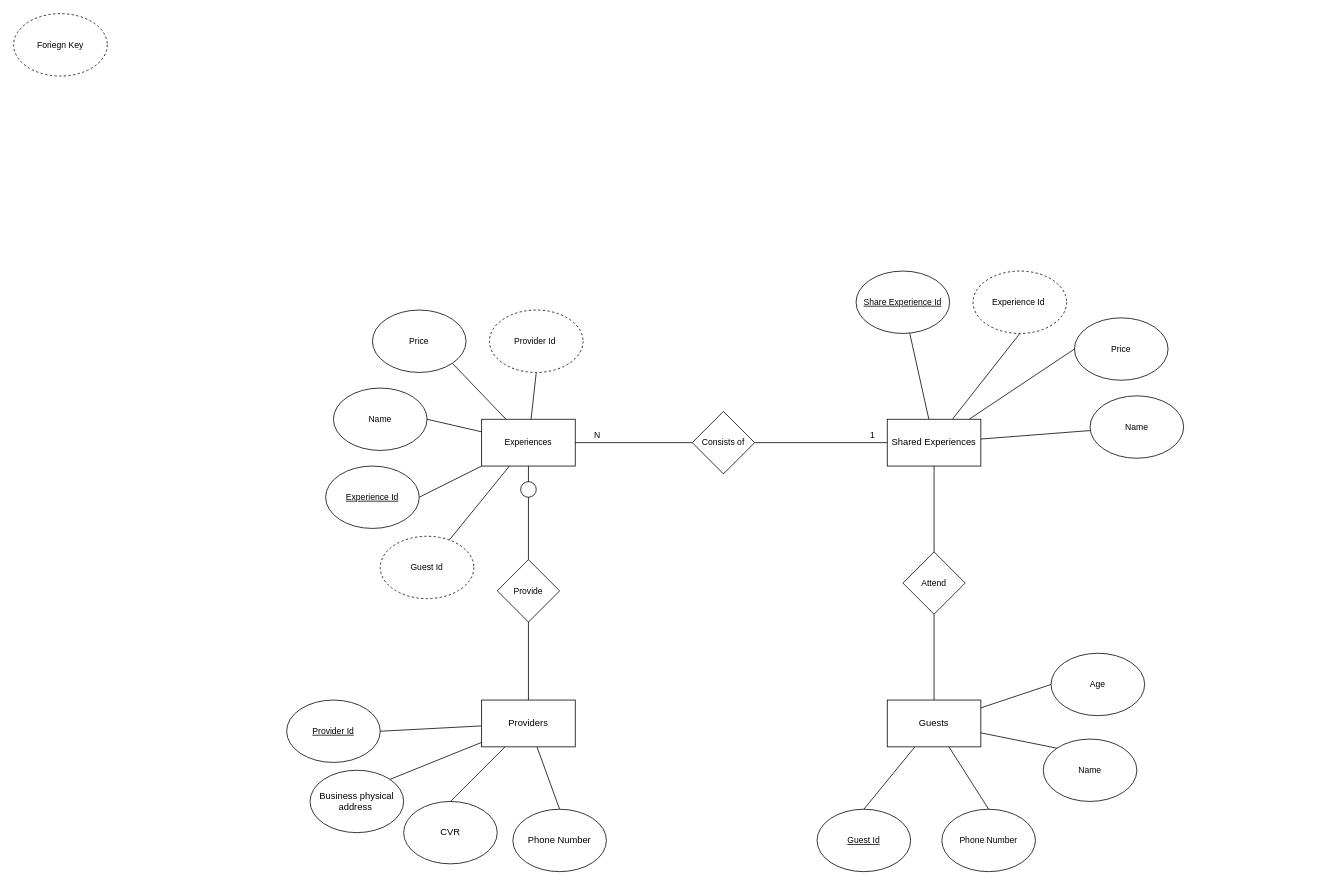
Before: SharedExperiences.drawio in 4-semester-MCJ/BAD, a draw.io diagram. Source tidied: cells renumbered, new cells numbered last; positions are measured from the earlier drawing's top-left corner, leaving out a move shared by most shapes. Both pictures are drawn from the tidied source at 78%, with x=0, y=0 at pixel (13, 13).
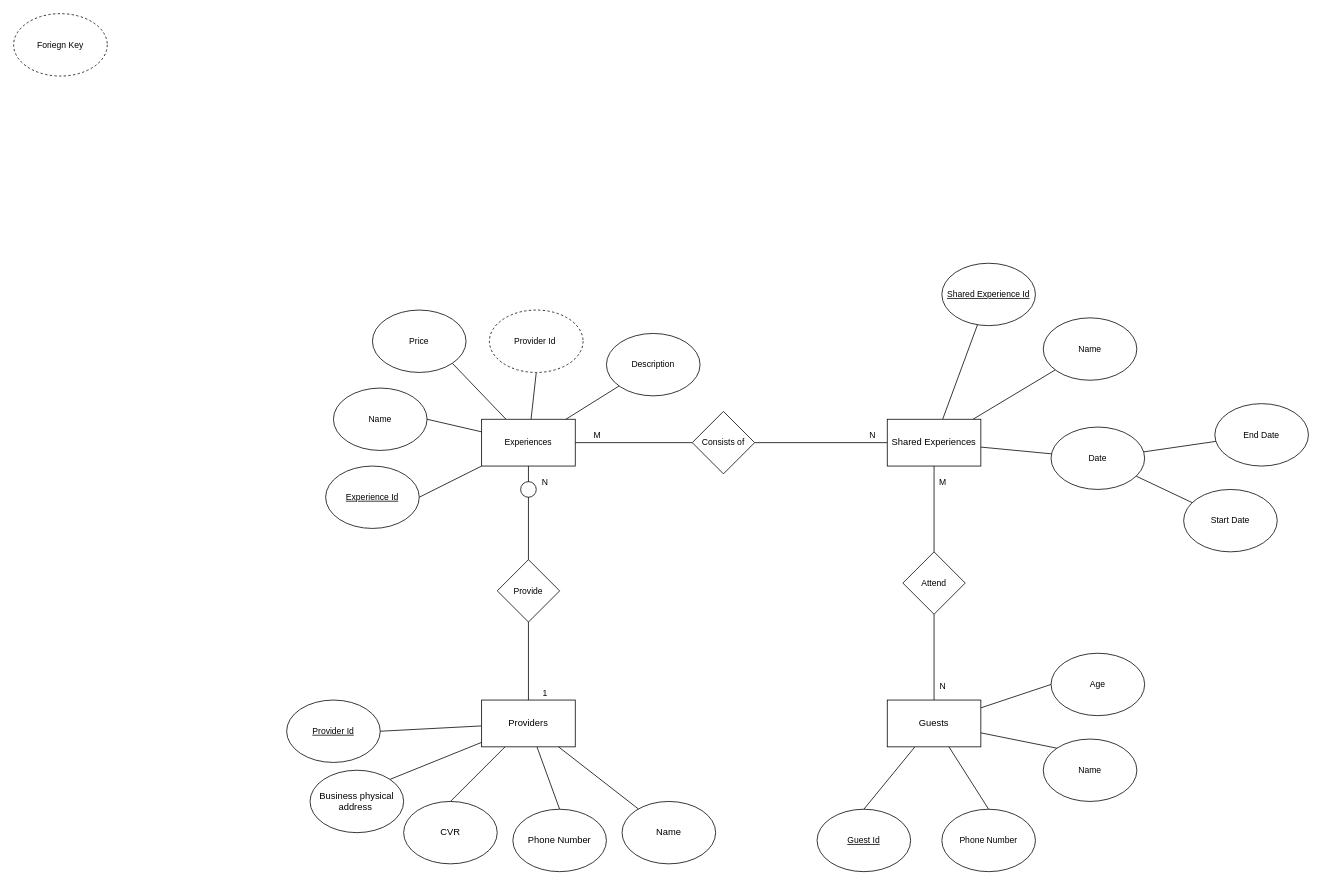
Above is the later version.

The change refers to these unchanged cells:
```xml
<mxCell id="8" value="Providers" style="rounded=0;whiteSpace=wrap;html=1;" parent="2" vertex="1">
  <mxGeometry x="250" width="120" height="60" as="geometry" />
</mxCell>
<mxCell id="22" style="edgeStyle=none;shape=connector;rounded=1;html=1;entryX=0.5;entryY=1;entryDx=0;entryDy=0;strokeColor=default;align=center;verticalAlign=middle;fontFamily=Helvetica;fontSize=11;fontColor=default;labelBackgroundColor=default;endArrow=none;endFill=0;" parent="1" edge="1" source="23" target="17">
  <mxGeometry relative="1" as="geometry" />
</mxCell>
<mxCell id="24" style="edgeStyle=none;shape=connector;rounded=1;html=1;entryX=0.5;entryY=1;entryDx=0;entryDy=0;strokeColor=default;align=center;verticalAlign=middle;fontFamily=Helvetica;fontSize=11;fontColor=default;labelBackgroundColor=default;endArrow=none;endFill=0;" parent="1" edge="1" source="8" target="23">
  <mxGeometry relative="1" as="geometry" />
</mxCell>
<mxCell id="25" style="edgeStyle=none;shape=connector;rounded=1;html=1;strokeColor=default;align=center;verticalAlign=middle;fontFamily=Helvetica;fontSize=11;fontColor=default;labelBackgroundColor=default;endArrow=none;endFill=0;" parent="1" edge="1" source="29" target="17">
  <mxGeometry relative="1" as="geometry" />
</mxCell>
<mxCell id="27" style="edgeStyle=none;shape=connector;rounded=1;html=1;strokeColor=default;align=center;verticalAlign=middle;fontFamily=Helvetica;fontSize=11;fontColor=default;labelBackgroundColor=default;endArrow=none;endFill=0;" parent="1" edge="1" source="29" target="48">
  <mxGeometry relative="1" as="geometry" />
</mxCell>
<mxCell id="42" style="edgeStyle=none;shape=connector;rounded=1;html=1;strokeColor=default;align=center;verticalAlign=middle;fontFamily=Helvetica;fontSize=11;fontColor=default;labelBackgroundColor=default;endArrow=none;endFill=0;" parent="1" edge="1" source="38" target="41">
  <mxGeometry relative="1" as="geometry" />
</mxCell>
<mxCell id="47" style="edgeStyle=none;shape=connector;rounded=1;html=1;strokeColor=default;align=center;verticalAlign=middle;fontFamily=Helvetica;fontSize=11;fontColor=default;labelBackgroundColor=default;endArrow=none;endFill=0;" parent="1" edge="1" source="48" target="41">
  <mxGeometry relative="1" as="geometry" />
</mxCell>
<mxCell id="48" value="Shared Experiences" style="rounded=0;whiteSpace=wrap;html=1;" parent="1" vertex="1">
  <mxGeometry x="1120" y="520" width="120" height="60" as="geometry" />
</mxCell>
```

Diff of the diagram source:
```diff
@@
-    <mxCell id="12" style="group;" parent="1" vertex="1">
-      <mxGeometry x="400" y="380" width="330" height="280" as="geometry" />
-    </mxCell>
-    <mxCell id="13" style="edgeStyle=none;shape=connector;rounded=1;html=1;entryX=1;entryY=1;entryDx=0;entryDy=0;strokeColor=default;align=center;verticalAlign=middle;fontFamily=Helvetica;fontSize=11;fontColor=default;labelBackgroundColor=default;endArrow=none;endFill=0;" parent="12" edge="1" source="17" target="18">
-      <mxGeometry relative="1" as="geometry" />
-    </mxCell>
-    <mxCell id="14" style="edgeStyle=none;shape=connector;rounded=1;html=1;entryX=1;entryY=0.5;entryDx=0;entryDy=0;strokeColor=default;align=center;verticalAlign=middle;fontFamily=Helvetica;fontSize=11;fontColor=default;labelBackgroundColor=default;endArrow=none;endFill=0;" parent="12" edge="1" source="17" target="19">
-      <mxGeometry relative="1" as="geometry" />
-    </mxCell>
-    <mxCell id="15" style="edgeStyle=none;shape=connector;rounded=1;html=1;entryX=0.5;entryY=1;entryDx=0;entryDy=0;strokeColor=default;align=center;verticalAlign=middle;fontFamily=Helvetica;fontSize=11;fontColor=default;labelBackgroundColor=default;endArrow=none;endFill=0;" parent="12" edge="1" source="17" target="20">
-      <mxGeometry relative="1" as="geometry" />
-    </mxCell>
-    <mxCell id="16" style="edgeStyle=none;shape=connector;rounded=1;html=1;entryX=1;entryY=0.5;entryDx=0;entryDy=0;strokeColor=default;align=center;verticalAlign=middle;fontFamily=Helvetica;fontSize=11;fontColor=default;labelBackgroundColor=default;endArrow=none;endFill=0;" parent="12" edge="1" source="17" target="21">
-      <mxGeometry relative="1" as="geometry" />
-    </mxCell>
-    <mxCell id="17" value="Experiences" style="rounded=0;whiteSpace=wrap;html=1;fontFamily=Helvetica;fontSize=11;fontColor=default;labelBackgroundColor=default;" parent="12" vertex="1">
-      <mxGeometry x="200" y="140" width="120" height="60" as="geometry" />
-    </mxCell>
-    <mxCell id="18" value="Price" style="ellipse;whiteSpace=wrap;html=1;fontFamily=Helvetica;fontSize=11;fontColor=default;labelBackgroundColor=default;" parent="12" vertex="1">
-      <mxGeometry x="60" width="120" height="80" as="geometry" />
-    </mxCell>
-    <mxCell id="19" value="Name" style="ellipse;whiteSpace=wrap;html=1;fontFamily=Helvetica;fontSize=11;fontColor=default;labelBackgroundColor=default;" parent="12" vertex="1">
-      <mxGeometry x="10" y="100" width="120" height="80" as="geometry" />
-    </mxCell>
-    <mxCell id="20" value="Provider Id&amp;nbsp;" style="ellipse;whiteSpace=wrap;html=1;fontFamily=Helvetica;fontSize=11;fontColor=default;labelBackgroundColor=default;dashed=1;" parent="12" vertex="1">
-      <mxGeometry x="210" width="120" height="80" as="geometry" />
-    </mxCell>
-    <mxCell id="21" value="&lt;u&gt;Experience Id&lt;/u&gt;" style="ellipse;whiteSpace=wrap;html=1;fontFamily=Helvetica;fontSize=11;fontColor=default;labelBackgroundColor=default;" parent="12" vertex="1">
-      <mxGeometry y="200" width="120" height="80" as="geometry" />
-    </mxCell>
@@
+    <mxCell id="56" value="N" style="edgeLabel;html=1;align=center;verticalAlign=middle;fontFamily=Helvetica;fontSize=11;fontColor=default;labelBackgroundColor=default;" parent="22" vertex="1">
+      <mxGeometry x="0.08" y="1" relative="1" as="geometry">
+        <mxPoint x="21" y="-35" as="offset" />
+      </mxGeometry>
+    </mxCell>
@@
+    <mxCell id="57" value="1" style="edgeLabel;html=1;align=center;verticalAlign=middle;fontFamily=Helvetica;fontSize=11;fontColor=default;labelBackgroundColor=default;" parent="24" vertex="1">
+      <mxGeometry x="0.01" y="-1" relative="1" as="geometry">
+        <mxPoint x="19" y="41" as="offset" />
+      </mxGeometry>
+    </mxCell>
@@
-    <mxCell id="26" value="N" style="edgeLabel;html=1;align=center;verticalAlign=middle;fontFamily=Helvetica;fontSize=11;fontColor=default;labelBackgroundColor=default;" parent="25" vertex="1">
+    <mxCell id="26" value="M" style="edgeLabel;html=1;align=center;verticalAlign=middle;fontFamily=Helvetica;fontSize=11;fontColor=default;labelBackgroundColor=default;" parent="25" vertex="1">
       <mxGeometry x="0.46" relative="1" as="geometry">
         <mxPoint x="-13" y="-10" as="offset" />
       </mxGeometry>
     </mxCell>
@@
-    <mxCell id="28" value="1" style="edgeLabel;html=1;align=center;verticalAlign=middle;fontFamily=Helvetica;fontSize=11;fontColor=default;labelBackgroundColor=default;" parent="27" vertex="1">
+    <mxCell id="28" value="N" style="edgeLabel;html=1;align=center;verticalAlign=middle;fontFamily=Helvetica;fontSize=11;fontColor=default;labelBackgroundColor=default;" parent="27" vertex="1">
       <mxGeometry x="0.38" y="5" relative="1" as="geometry">
         <mxPoint x="33" y="-5" as="offset" />
       </mxGeometry>
     </mxCell>
@@
-    <mxCell id="43" value="Experience Id&amp;nbsp;" style="ellipse;whiteSpace=wrap;html=1;fontFamily=Helvetica;fontSize=11;fontColor=default;labelBackgroundColor=default;dashed=1;" parent="1" vertex="1">
-      <mxGeometry x="1230" y="330" width="120" height="80" as="geometry" />
-    </mxCell>
-    <mxCell id="44" style="edgeStyle=none;shape=connector;rounded=1;html=1;entryX=0.5;entryY=1;entryDx=0;entryDy=0;strokeColor=default;align=center;verticalAlign=middle;fontFamily=Helvetica;fontSize=11;fontColor=default;labelBackgroundColor=default;endArrow=none;endFill=0;" parent="1" edge="1" source="48" target="43">
-      <mxGeometry relative="1" as="geometry" />
-    </mxCell>
-    <mxCell id="45" style="edgeStyle=none;shape=connector;rounded=1;html=1;entryX=0;entryY=0.5;entryDx=0;entryDy=0;strokeColor=default;align=center;verticalAlign=middle;fontFamily=Helvetica;fontSize=11;fontColor=default;labelBackgroundColor=default;endArrow=none;endFill=0;" parent="1" edge="1" source="48" target="49">
-      <mxGeometry relative="1" as="geometry" />
-    </mxCell>
+    <mxCell id="58" value="N" style="edgeLabel;html=1;align=center;verticalAlign=middle;fontFamily=Helvetica;fontSize=11;fontColor=default;labelBackgroundColor=default;" parent="42" vertex="1">
+      <mxGeometry x="-0.41" y="1" relative="1" as="geometry">
+        <mxPoint x="11" y="13" as="offset" />
+      </mxGeometry>
+    </mxCell>
@@
+    <mxCell id="59" value="M" style="edgeLabel;html=1;align=center;verticalAlign=middle;fontFamily=Helvetica;fontSize=11;fontColor=default;labelBackgroundColor=default;" parent="47" vertex="1">
+      <mxGeometry y="-1" relative="1" as="geometry">
+        <mxPoint x="11" y="-35" as="offset" />
+      </mxGeometry>
+    </mxCell>
+    <mxCell id="60" style="edgeStyle=none;shape=connector;rounded=1;html=1;strokeColor=default;align=center;verticalAlign=middle;fontFamily=Helvetica;fontSize=11;fontColor=default;labelBackgroundColor=default;endArrow=none;endFill=0;" parent="1" edge="1" source="48" target="67">
+      <mxGeometry relative="1" as="geometry" />
+    </mxCell>
@@
-    <mxCell id="49" value="Price" style="ellipse;whiteSpace=wrap;html=1;fontFamily=Helvetica;fontSize=11;fontColor=default;labelBackgroundColor=default;" parent="1" vertex="1">
-      <mxGeometry x="1360" y="390" width="120" height="80" as="geometry" />
-    </mxCell>
@@
     <mxCell id="51" value="Name" style="ellipse;whiteSpace=wrap;html=1;fontFamily=Helvetica;fontSize=11;fontColor=default;labelBackgroundColor=default;" parent="1" vertex="1">
-      <mxGeometry x="1380" y="490" width="120" height="80" as="geometry" />
+      <mxGeometry x="1320" y="390" width="120" height="80" as="geometry" />
     </mxCell>
-    <mxCell id="52" value="&lt;u&gt;Share Experience Id&lt;/u&gt;" style="ellipse;whiteSpace=wrap;html=1;fontFamily=Helvetica;fontSize=11;fontColor=default;labelBackgroundColor=default;" parent="1" vertex="1">
-      <mxGeometry x="1080" y="330" width="120" height="80" as="geometry" />
+    <mxCell id="52" value="&lt;u&gt;Shared Experience Id&lt;/u&gt;" style="ellipse;whiteSpace=wrap;html=1;fontFamily=Helvetica;fontSize=11;fontColor=default;labelBackgroundColor=default;" parent="1" vertex="1">
+      <mxGeometry x="1190" y="320" width="120" height="80" as="geometry" />
     </mxCell>
-    <mxCell id="53" value="Guest Id" style="ellipse;whiteSpace=wrap;html=1;fontFamily=Helvetica;fontSize=11;fontColor=default;labelBackgroundColor=default;dashed=1;" parent="1" vertex="1">
-      <mxGeometry x="470" y="670" width="120" height="80" as="geometry" />
-    </mxCell>
@@
-    <mxCell id="55" style="edgeStyle=none;shape=connector;rounded=1;html=1;strokeColor=default;align=center;verticalAlign=middle;fontFamily=Helvetica;fontSize=11;fontColor=default;labelBackgroundColor=default;endArrow=none;endFill=0;" parent="1" edge="1" source="17" target="53">
-      <mxGeometry relative="1" as="geometry" />
-    </mxCell>
+    <mxCell id="61" value="Name" style="ellipse;whiteSpace=wrap;html=1;" parent="1" vertex="1">
+      <mxGeometry x="780" y="1010" width="120" height="80" as="geometry" />
+    </mxCell>
+    <mxCell id="62" style="edgeStyle=none;html=1;endArrow=none;endFill=0;" parent="1" edge="1" source="8" target="61">
+      <mxGeometry relative="1" as="geometry" />
+    </mxCell>
+    <mxCell id="13" style="edgeStyle=none;shape=connector;rounded=1;html=1;entryX=1;entryY=1;entryDx=0;entryDy=0;strokeColor=default;align=center;verticalAlign=middle;fontFamily=Helvetica;fontSize=11;fontColor=default;labelBackgroundColor=default;endArrow=none;endFill=0;" parent="1" edge="1" source="17" target="18">
+      <mxGeometry relative="1" as="geometry" />
+    </mxCell>
+    <mxCell id="14" style="edgeStyle=none;shape=connector;rounded=1;html=1;entryX=1;entryY=0.5;entryDx=0;entryDy=0;strokeColor=default;align=center;verticalAlign=middle;fontFamily=Helvetica;fontSize=11;fontColor=default;labelBackgroundColor=default;endArrow=none;endFill=0;" parent="1" edge="1" source="17" target="19">
+      <mxGeometry relative="1" as="geometry" />
+    </mxCell>
+    <mxCell id="15" style="edgeStyle=none;shape=connector;rounded=1;html=1;entryX=0.5;entryY=1;entryDx=0;entryDy=0;strokeColor=default;align=center;verticalAlign=middle;fontFamily=Helvetica;fontSize=11;fontColor=default;labelBackgroundColor=default;endArrow=none;endFill=0;" parent="1" edge="1" source="17" target="20">
+      <mxGeometry relative="1" as="geometry" />
+    </mxCell>
+    <mxCell id="16" style="edgeStyle=none;shape=connector;rounded=1;html=1;entryX=1;entryY=0.5;entryDx=0;entryDy=0;strokeColor=default;align=center;verticalAlign=middle;fontFamily=Helvetica;fontSize=11;fontColor=default;labelBackgroundColor=default;endArrow=none;endFill=0;" parent="1" edge="1" source="17" target="21">
+      <mxGeometry relative="1" as="geometry" />
+    </mxCell>
+    <mxCell id="17" value="Experiences" style="rounded=0;whiteSpace=wrap;html=1;fontFamily=Helvetica;fontSize=11;fontColor=default;labelBackgroundColor=default;" parent="1" vertex="1">
+      <mxGeometry x="600" y="520" width="120" height="60" as="geometry" />
+    </mxCell>
+    <mxCell id="18" value="Price" style="ellipse;whiteSpace=wrap;html=1;fontFamily=Helvetica;fontSize=11;fontColor=default;labelBackgroundColor=default;" parent="1" vertex="1">
+      <mxGeometry x="460" y="380" width="120" height="80" as="geometry" />
+    </mxCell>
+    <mxCell id="19" value="Name" style="ellipse;whiteSpace=wrap;html=1;fontFamily=Helvetica;fontSize=11;fontColor=default;labelBackgroundColor=default;" parent="1" vertex="1">
+      <mxGeometry x="410" y="480" width="120" height="80" as="geometry" />
+    </mxCell>
+    <mxCell id="20" value="Provider Id&amp;nbsp;" style="ellipse;whiteSpace=wrap;html=1;fontFamily=Helvetica;fontSize=11;fontColor=default;labelBackgroundColor=default;dashed=1;" parent="1" vertex="1">
+      <mxGeometry x="610" y="380" width="120" height="80" as="geometry" />
+    </mxCell>
+    <mxCell id="21" value="&lt;u&gt;Experience Id&lt;/u&gt;" style="ellipse;whiteSpace=wrap;html=1;fontFamily=Helvetica;fontSize=11;fontColor=default;labelBackgroundColor=default;" parent="1" vertex="1">
+      <mxGeometry x="400" y="580" width="120" height="80" as="geometry" />
+    </mxCell>
+    <mxCell id="63" style="edgeStyle=none;shape=connector;rounded=1;html=1;strokeColor=default;align=center;verticalAlign=middle;fontFamily=Helvetica;fontSize=11;fontColor=default;labelBackgroundColor=default;endArrow=none;endFill=0;" parent="1" edge="1" source="64" target="17">
+      <mxGeometry relative="1" as="geometry" />
+    </mxCell>
+    <mxCell id="64" value="Description" style="ellipse;whiteSpace=wrap;html=1;fontFamily=Helvetica;fontSize=11;fontColor=default;labelBackgroundColor=default;" parent="1" vertex="1">
+      <mxGeometry x="760" y="410" width="120" height="80" as="geometry" />
+    </mxCell>
+    <mxCell id="65" style="edgeStyle=none;shape=connector;rounded=1;html=1;strokeColor=default;align=center;verticalAlign=middle;fontFamily=Helvetica;fontSize=11;fontColor=default;labelBackgroundColor=default;endArrow=none;endFill=0;" parent="1" edge="1" source="67" target="68">
+      <mxGeometry relative="1" as="geometry" />
+    </mxCell>
+    <mxCell id="66" style="edgeStyle=none;shape=connector;rounded=1;html=1;strokeColor=default;align=center;verticalAlign=middle;fontFamily=Helvetica;fontSize=11;fontColor=default;labelBackgroundColor=default;endArrow=none;endFill=0;" parent="1" edge="1" source="67" target="69">
+      <mxGeometry relative="1" as="geometry" />
+    </mxCell>
+    <mxCell id="67" value="Date" style="ellipse;whiteSpace=wrap;html=1;fontFamily=Helvetica;fontSize=11;fontColor=default;labelBackgroundColor=default;" parent="1" vertex="1">
+      <mxGeometry x="1330" y="530" width="120" height="80" as="geometry" />
+    </mxCell>
+    <mxCell id="68" value="End Date" style="ellipse;whiteSpace=wrap;html=1;fontFamily=Helvetica;fontSize=11;fontColor=default;labelBackgroundColor=default;" parent="1" vertex="1">
+      <mxGeometry x="1540" y="500" width="120" height="80" as="geometry" />
+    </mxCell>
+    <mxCell id="69" value="Start Date" style="ellipse;whiteSpace=wrap;html=1;fontFamily=Helvetica;fontSize=11;fontColor=default;labelBackgroundColor=default;" parent="1" vertex="1">
+      <mxGeometry x="1500" y="610" width="120" height="80" as="geometry" />
+    </mxCell>
```
